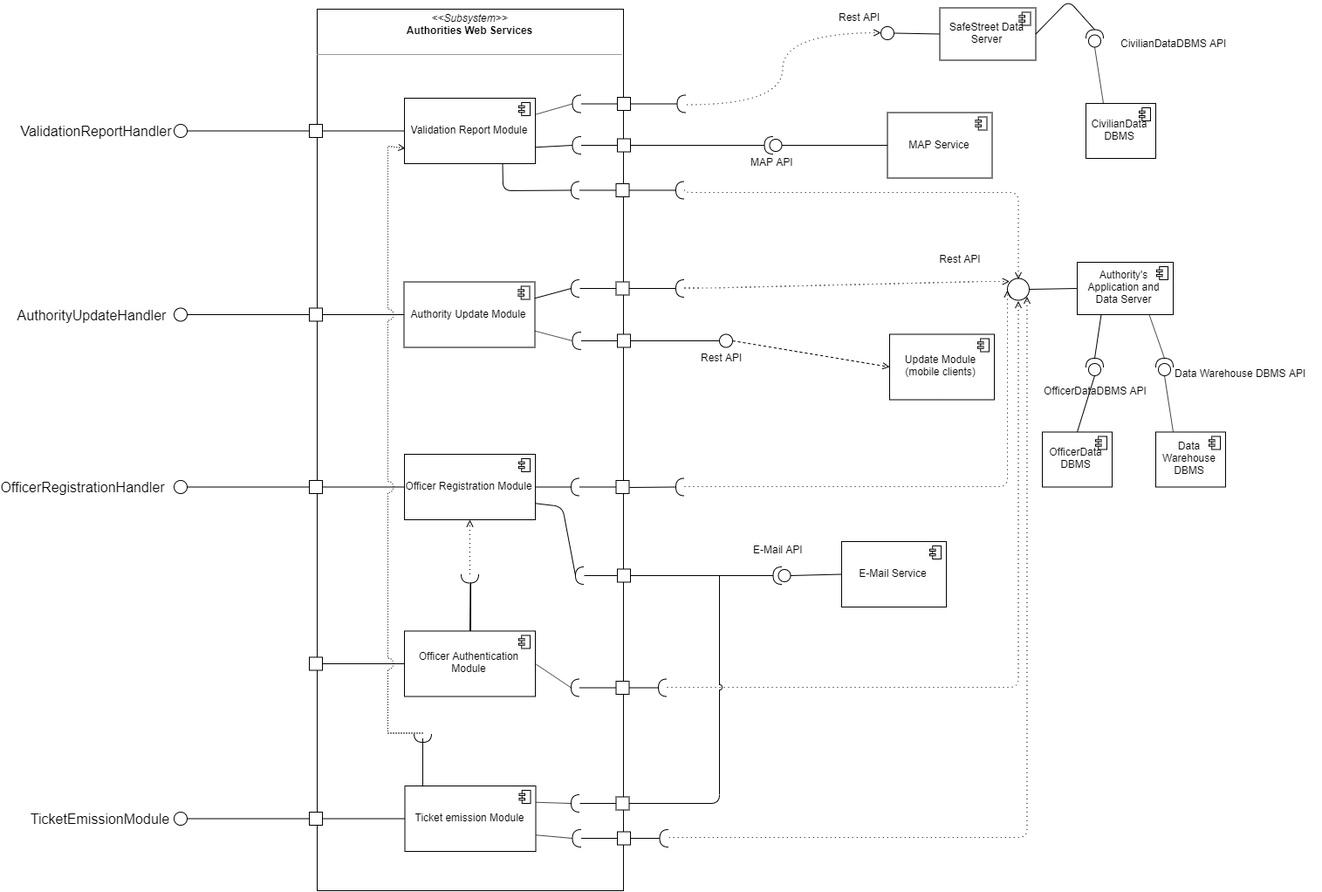
Earlier version of the draw.io export DD/images/AuthoritiesServicesProjection.png (marcuz1996/Software-Engineering-Project). Source tidied: cells renumbered, new cells last; positions are measured from the earlier drawing's top-left corner, leaving out a move shared by most shapes.
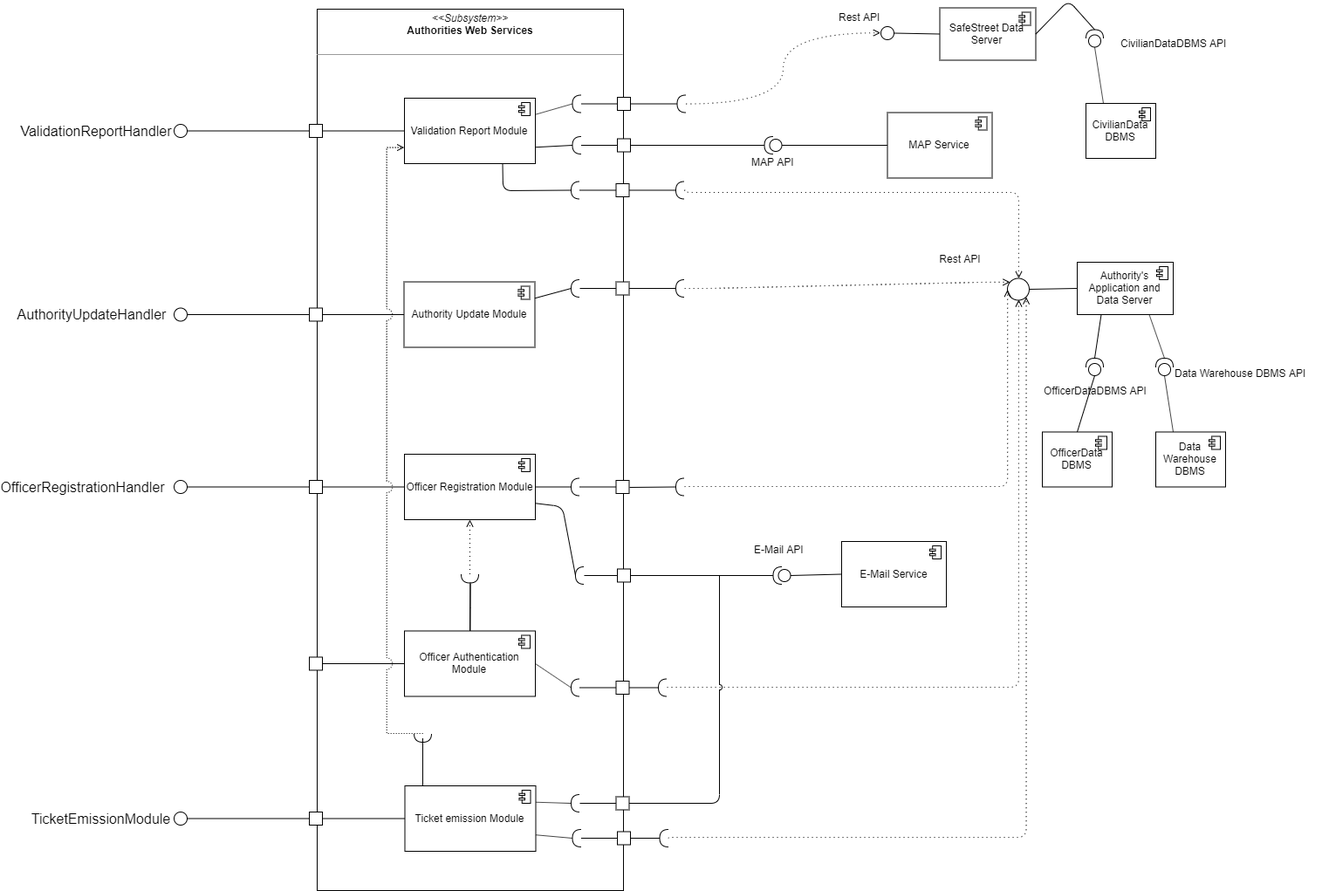
The same diagram one commit later.

What changed in the source:
```diff
@@ -227,27 +227,6 @@
         </Array>
       </mxGeometry>
     </mxCell>
-    <mxCell id="65" value="Update Module (mobile clients)" style="html=1;outlineConnect=0;whiteSpace=wrap;shape=mxgraph.archimate3.application;appType=comp;archiType=square;" parent="1" vertex="1">
-      <mxGeometry x="980" y="382.5" width="120" height="75" as="geometry" />
-    </mxCell>
-    <mxCell id="66" style="endArrow=open;html=1;entryX=0;entryY=0.5;entryDx=0;entryDy=0;exitX=1;exitY=0.5;exitDx=0;exitDy=0;entryPerimeter=0;dashed=1;endFill=0;" parent="1" edge="1" source="113" target="65">
-      <mxGeometry relative="1" as="geometry" />
-    </mxCell>
-    <mxCell id="67" style="shape=requiredInterface;html=1;verticalLabelPosition=bottom;direction=west;" parent="1" vertex="1">
-      <mxGeometry x="616.5" y="380" width="10" height="20" as="geometry" />
-    </mxCell>
-    <mxCell id="68" style="endArrow=none;html=1;entryX=0;entryY=0.5;entryDx=0;entryDy=0;exitX=0;exitY=0.5;exitDx=0;exitDy=0;exitPerimeter=0;" parent="1" edge="1" source="67" target="69">
-      <mxGeometry relative="1" as="geometry" />
-    </mxCell>
-    <mxCell id="69" style="whiteSpace=wrap;html=1;" parent="1" vertex="1">
-      <mxGeometry x="668" y="382.5" width="15" height="15" as="geometry" />
-    </mxCell>
-    <mxCell id="70" style="endArrow=none;html=1;entryX=1;entryY=0.5;entryDx=0;entryDy=0;exitX=1;exitY=0.75;exitDx=0;exitDy=0;exitPerimeter=0;entryPerimeter=0;" parent="1" edge="1" source="4" target="67">
-      <mxGeometry relative="1" as="geometry" />
-    </mxCell>
-    <mxCell id="71" style="endArrow=none;html=1;entryX=0;entryY=0.5;entryDx=0;entryDy=0;exitX=1;exitY=0.5;exitDx=0;exitDy=0;" parent="1" edge="1" source="69" target="113">
-      <mxGeometry relative="1" as="geometry" />
-    </mxCell>
     <mxCell id="72" style="shape=requiredInterface;html=1;verticalLabelPosition=bottom;direction=west;" parent="1" vertex="1">
       <mxGeometry x="616.5" y="108.5" width="10" height="20" as="geometry" />
     </mxCell>
@@ -393,12 +372,6 @@
         </Array>
       </mxGeometry>
     </mxCell>
-    <mxCell id="113" style="ellipse;html=1;verticalLabelPosition=bottom;labelBackgroundColor=#ffffff;verticalAlign=top;fillColor=#ffffff;" parent="1" vertex="1">
-      <mxGeometry x="785" y="382.5" width="15" height="15" as="geometry" />
-    </mxCell>
-    <mxCell id="114" value="Rest API" style="text;html=1;align=left;verticalAlign=top;spacingTop=-4;" parent="1" vertex="1">
-      <mxGeometry x="762.5" y="400" width="60" height="20" as="geometry" />
-    </mxCell>
     <mxCell id="115" style="shape=providedRequiredInterface;html=1;verticalLabelPosition=bottom;direction=north;" parent="1" vertex="1">
       <mxGeometry x="1285" y="410" width="20" height="20" as="geometry" />
     </mxCell>
```
